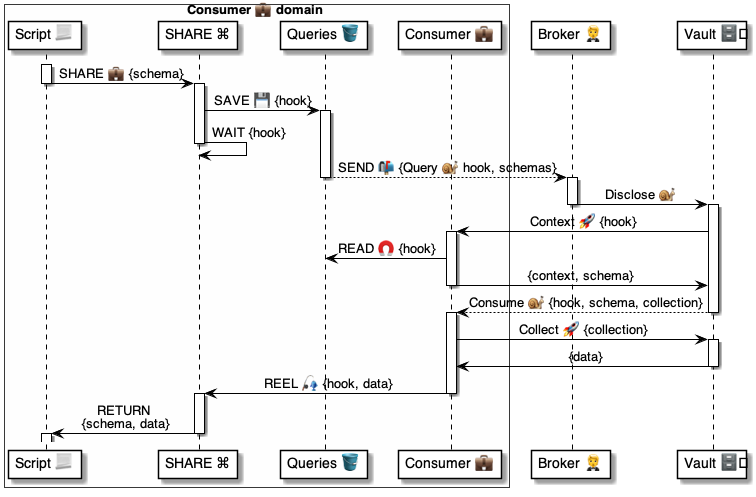
Before: 4 ⚙️ Solution/41 🎭 Domain Roles/Consumers 💼/💼🪣 Consumer tables/Queries 🗄️ table/🪣 Queries/💼 Consumer.Queries ⚙️ uml.png, a diagram exported from PlantUML (pollyweb-org/pollyweb-docs). Its source is kept beside it as 4 ⚙️ Solution/41 🎭 Domain Roles/Consumers 💼/💼🪣 Consumer tables/Queries 🗄️ table/🪣 Queries/💼 Consumer.Queries ⚙️ uml.puml. Its diagram source:
```plantuml
@startuml 💼 Consumer.Queries 🪣 table

box Consumer 💼 domain #FFFFFA
    participant "Script 📃" as script
    participant "SHARE ⌘" as talker
    participant "Queries 🪣" as table
    participant "Consumer 💼" as consumer
end box

participant "Broker 🤵" as broker
participant "Vault 🗄️" as vault

activate script
    script -> talker: SHARE 💼 {schema}
deactivate script

activate talker
    talker -> table: SAVE 💾 {hook}
activate table
    talker -> talker: WAIT {hook}
deactivate talker

    table --> broker: SEND 📬 {Query 🐌 hook, schemas}
deactivate table

activate broker
    broker -> vault: Disclose 🐌
deactivate broker

activate vault

    vault -> consumer: Context 🚀 {hook}

    activate consumer
        consumer -> table: READ 🧲 {hook}
        consumer -> vault: {context, schema}
    deactivate consumer

    vault --> consumer: Consume 🐌 {hook, schema, collection}
deactivate vault

activate consumer
    consumer -> vault: Collect 🚀 {collection}

    activate vault
        vault -> consumer: {data}
    deactivate vault

    consumer -> talker: REEL 🎣 {hook, data}
deactivate consumer

activate talker
    talker -> script: RETURN \n{schema, data}
deactivate talker

activate script
deactivate script

@enduml
```
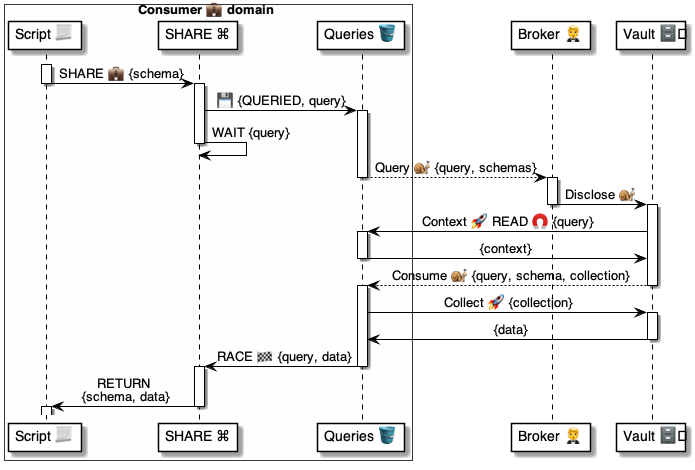
Later version of the same file.

The edit, as a diff of the source:
```diff
@@ -4,7 +4,6 @@
     participant "Script 📃" as script
     participant "SHARE ⌘" as talker
     participant "Queries 🪣" as table
-    participant "Consumer 💼" as consumer
 end box
 
 participant "Broker 🤵" as broker
@@ -15,12 +14,12 @@
 deactivate script
 
 activate talker
-    talker -> table: SAVE 💾 {hook}
+    talker -> table: 💾 {QUERIED, query}
 activate table
-    talker -> talker: WAIT {hook}
+    talker -> talker: WAIT {query}
 deactivate talker
 
-    table --> broker: SEND 📬 {Query 🐌 hook, schemas}
+    table --> broker: Query 🐌 {query, schemas}
 deactivate table
 
 activate broker
@@ -29,25 +28,24 @@
 
 activate vault
 
-    vault -> consumer: Context 🚀 {hook}
+    vault -> table: Context 🚀 READ 🧲 {query}
 
-    activate consumer
-        consumer -> table: READ 🧲 {hook}
-        consumer -> vault: {context, schema}
-    deactivate consumer
+    activate table
+        table -> vault: {context}
+    deactivate table
 
-    vault --> consumer: Consume 🐌 {hook, schema, collection}
+    vault --> table: Consume 🐌 {query, schema, collection}
 deactivate vault
 
-activate consumer
-    consumer -> vault: Collect 🚀 {collection}
+activate table
+    table -> vault: Collect 🚀 {collection}
 
     activate vault
-        vault -> consumer: {data}
+        vault -> table: {data}
     deactivate vault
 
-    consumer -> talker: REEL 🎣 {hook, data}
-deactivate consumer
+    table -> talker: RACE 🏁 {query, data}
+deactivate table
 
 activate talker
     talker -> script: RETURN \n{schema, data}
```
